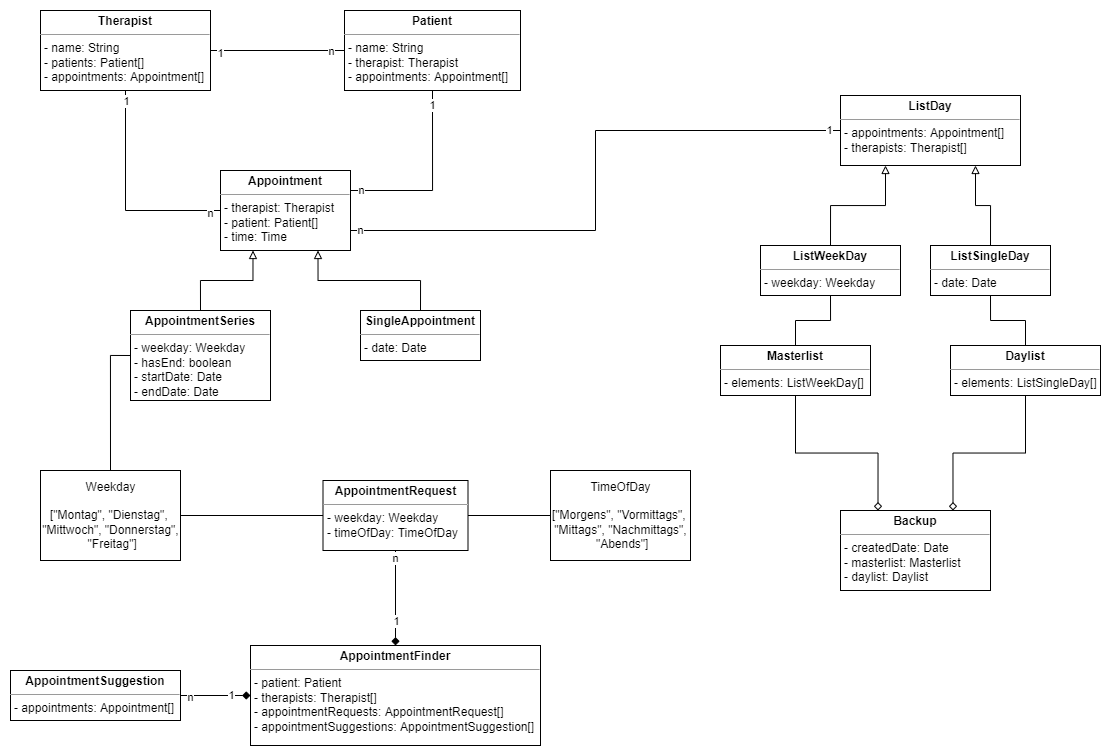
Above: docs/systemarchitecture/Class Model EN.png in astrutz/physiocalendar (draw.io), before the change. Source tidied: cells renumbered, new cells last; positions are measured from the earlier drawing's top-left corner, leaving out a move shared by most shapes.
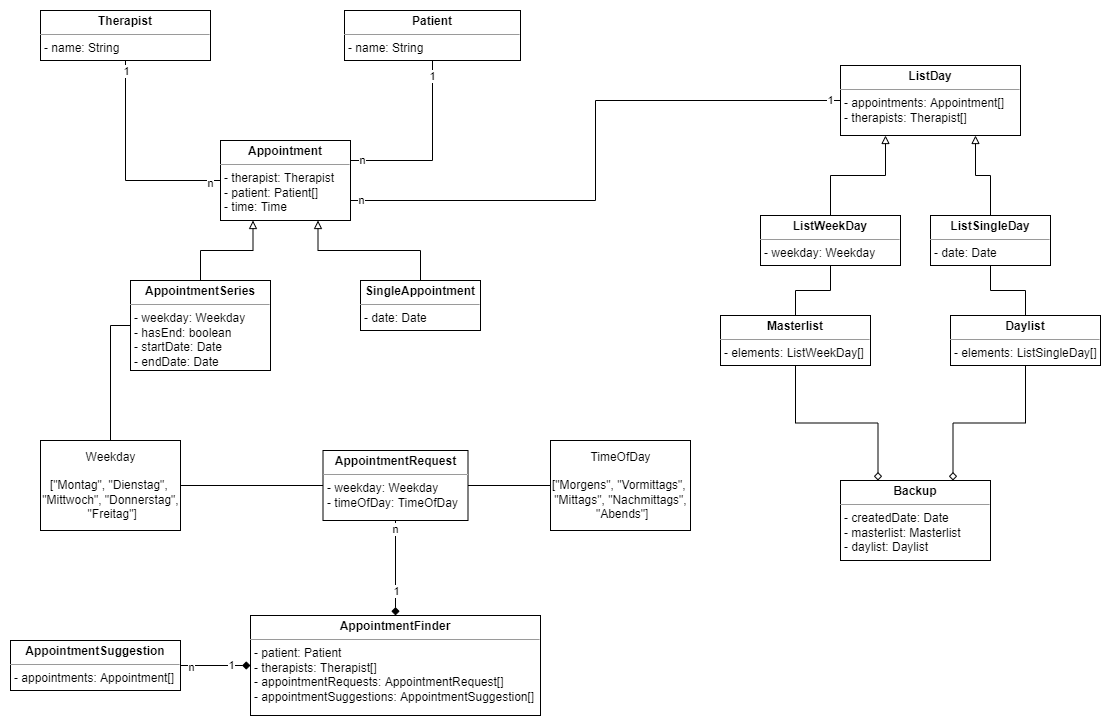
The same file after the commit.

The edit, as a diff of the source:
```diff
@@ -35,18 +35,9 @@
     <mxCell id="12" value="&lt;p style=&quot;margin: 0px ; margin-top: 4px ; text-align: center&quot;&gt;&lt;b&gt;Appointment&lt;/b&gt;&lt;br&gt;&lt;/p&gt;&lt;hr size=&quot;1&quot;&gt;&lt;p style=&quot;margin: 0px 0px 0px 4px&quot;&gt;- therapist: Therapist&lt;/p&gt;&lt;p style=&quot;margin: 0px 0px 0px 4px&quot;&gt;- patient: Patient[]&lt;/p&gt;&lt;p style=&quot;margin: 0px ; margin-left: 4px&quot;&gt;&lt;span&gt;- time: Time&lt;/span&gt;&lt;br&gt;&lt;/p&gt;&lt;p style=&quot;margin: 0px ; margin-left: 4px&quot;&gt;&lt;br&gt;&lt;/p&gt;" style="verticalAlign=top;align=left;overflow=fill;fontSize=12;fontFamily=Helvetica;html=1;" parent="1" vertex="1">
       <mxGeometry x="210" y="160" width="130" height="80" as="geometry" />
     </mxCell>
-    <mxCell id="13" value="&lt;p style=&quot;margin: 0px ; margin-top: 4px ; text-align: center&quot;&gt;&lt;b&gt;Patient&lt;/b&gt;&lt;/p&gt;&lt;hr size=&quot;1&quot;&gt;&lt;p style=&quot;margin: 0px ; margin-left: 4px&quot;&gt;- name: String&lt;/p&gt;&lt;p style=&quot;margin: 0px ; margin-left: 4px&quot;&gt;- therapist: Therapist&lt;/p&gt;&lt;p style=&quot;margin: 0px 0px 0px 4px&quot;&gt;- appointments: Appointment[]&lt;/p&gt;&lt;p style=&quot;margin: 0px 0px 0px 4px&quot;&gt;&lt;br&gt;&lt;/p&gt;" style="verticalAlign=top;align=left;overflow=fill;fontSize=12;fontFamily=Helvetica;html=1;" parent="1" vertex="1">
-      <mxGeometry x="334" width="176" height="80" as="geometry" />
+    <mxCell id="13" value="&lt;p style=&quot;margin: 0px ; margin-top: 4px ; text-align: center&quot;&gt;&lt;b&gt;Patient&lt;/b&gt;&lt;/p&gt;&lt;hr size=&quot;1&quot;&gt;&lt;p style=&quot;margin: 0px ; margin-left: 4px&quot;&gt;- name: String&lt;/p&gt;&lt;p style=&quot;margin: 0px 0px 0px 4px&quot;&gt;&lt;br&gt;&lt;/p&gt;" style="verticalAlign=top;align=left;overflow=fill;fontSize=12;fontFamily=Helvetica;html=1;" parent="1" vertex="1">
+      <mxGeometry x="334" y="30" width="176" height="50" as="geometry" />
     </mxCell>
-    <mxCell id="14" style="edgeStyle=orthogonalEdgeStyle;rounded=0;jettySize=auto;html=1;entryX=0;entryY=0.5;entryDx=0;entryDy=0;endArrow=none;endFill=0;" parent="1" edge="1" source="20" target="13">
-      <mxGeometry relative="1" as="geometry" />
-    </mxCell>
-    <mxCell id="15" value="n" style="edgeLabel;html=1;align=center;verticalAlign=middle;" parent="14" vertex="1">
-      <mxGeometry x="0.79" relative="1" as="geometry" />
-    </mxCell>
-    <mxCell id="16" value="1" style="edgeLabel;html=1;align=center;verticalAlign=middle;" parent="14" vertex="1">
-      <mxGeometry x="-0.86" y="-2" relative="1" as="geometry" />
-    </mxCell>
     <mxCell id="17" style="edgeStyle=orthogonalEdgeStyle;rounded=0;jettySize=auto;html=1;exitX=0.5;exitY=1;exitDx=0;exitDy=0;entryX=0;entryY=0.5;entryDx=0;entryDy=0;endArrow=none;endFill=0;" parent="1" edge="1" source="20" target="12">
       <mxGeometry relative="1" as="geometry" />
     </mxCell>
@@ -56,8 +47,8 @@
     <mxCell id="19" value="n" style="edgeLabel;html=1;align=center;verticalAlign=middle;" parent="17" vertex="1">
       <mxGeometry x="0.9" y="-2" relative="1" as="geometry" />
     </mxCell>
-    <mxCell id="20" value="&lt;p style=&quot;margin: 0px ; margin-top: 4px ; text-align: center&quot;&gt;&lt;b&gt;Therapist&lt;/b&gt;&lt;br&gt;&lt;/p&gt;&lt;hr size=&quot;1&quot;&gt;&lt;p style=&quot;margin: 0px ; margin-left: 4px&quot;&gt;- name: String&lt;/p&gt;&lt;p style=&quot;margin: 0px ; margin-left: 4px&quot;&gt;- patients: Patient[]&lt;/p&gt;&lt;p style=&quot;margin: 0px ; margin-left: 4px&quot;&gt;- appointments: Appointment[]&lt;/p&gt;&lt;p style=&quot;margin: 0px ; margin-left: 4px&quot;&gt;&lt;br&gt;&lt;/p&gt;" style="verticalAlign=top;align=left;overflow=fill;fontSize=12;fontFamily=Helvetica;html=1;" parent="1" vertex="1">
-      <mxGeometry x="30" width="170" height="80" as="geometry" />
+    <mxCell id="20" value="&lt;p style=&quot;margin: 0px ; margin-top: 4px ; text-align: center&quot;&gt;&lt;b&gt;Therapist&lt;/b&gt;&lt;br&gt;&lt;/p&gt;&lt;hr size=&quot;1&quot;&gt;&lt;p style=&quot;margin: 0px ; margin-left: 4px&quot;&gt;- name: String&lt;/p&gt;&lt;p style=&quot;margin: 0px ; margin-left: 4px&quot;&gt;&lt;br&gt;&lt;/p&gt;" style="verticalAlign=top;align=left;overflow=fill;fontSize=12;fontFamily=Helvetica;html=1;" parent="1" vertex="1">
+      <mxGeometry x="30" y="30" width="170" height="50" as="geometry" />
     </mxCell>
     <mxCell id="21" value="&lt;p style=&quot;margin: 0px ; margin-top: 4px ; text-align: center&quot;&gt;&lt;b&gt;SingleAppointment&lt;/b&gt;&lt;/p&gt;&lt;hr size=&quot;1&quot;&gt;&lt;p style=&quot;margin: 0px ; margin-left: 4px&quot;&gt;&lt;span&gt;- date: Date&lt;/span&gt;&lt;br&gt;&lt;/p&gt;&lt;p style=&quot;margin: 0px ; margin-left: 4px&quot;&gt;&lt;br&gt;&lt;/p&gt;" style="verticalAlign=top;align=left;overflow=fill;fontSize=12;fontFamily=Helvetica;html=1;" parent="1" vertex="1">
       <mxGeometry x="350" y="300" width="120" height="50" as="geometry" />
```
